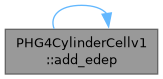
Above: dd/d2e/classPHG4CylinderCellv1_ae794fcf91b7eab064e451d4943ba7f13_cgraph.png in atif4461/sphenix-coresoftware-doxygen (Graphviz), before the change. Its source is kept beside it as dd/d2e/classPHG4CylinderCellv1_ae794fcf91b7eab064e451d4943ba7f13_cgraph.dot.
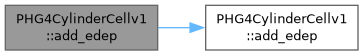
After the change.

Diff of the diagram source:
```diff
@@ -5,5 +5,6 @@
   node [fontname=Helvetica,fontsize=10,shape=box,height=0.2,width=0.4];
   rankdir="LR";
   Node1 [id="Node000001",label="PHG4CylinderCellv1\l::add_edep",height=0.2,width=0.4,color="gray40", fillcolor="grey60", style="filled", fontcolor="black",tooltip="Add energy deposition and associated light yield to this cylinder cell."];
-  Node1 -> Node1 [id="edge1_Node000001_Node000001",color="steelblue1",style="solid",tooltip=" "];
+  Node1 -> Node2 [id="edge1_Node000001_Node000002",color="steelblue1",style="solid",tooltip=" "];
+  Node2 [id="Node000002",label="PHG4CylinderCellv1\l::add_edep",height=0.2,width=0.4,color="grey40", fillcolor="white", style="filled",URL="$dd/d2e/classPHG4CylinderCellv1.html#a2112d1a1176d6e3d058ecf0d66906414",tooltip="Add or accumulate energy deposition for a given Geant4 hit identifier."];
 }
```
